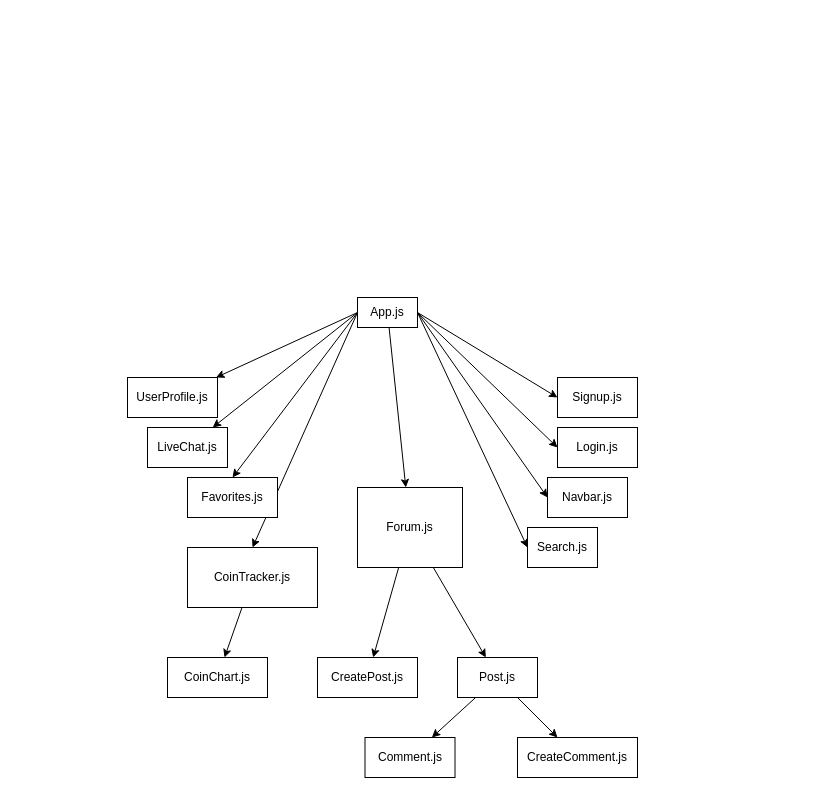
This is page "React components" (2 of 2) of association-diagram.drawio from mikestarrdev/Crypto-Portal, a draw.io file, before an edit. Source tidied: cells renumbered, new cells numbered last; positions are measured from the earlier drawing's top-left corner, leaving out a move shared by most shapes. Both pictures are drawn from the tidied source at 100%, with x=0, y=0 at pixel (127, 297).
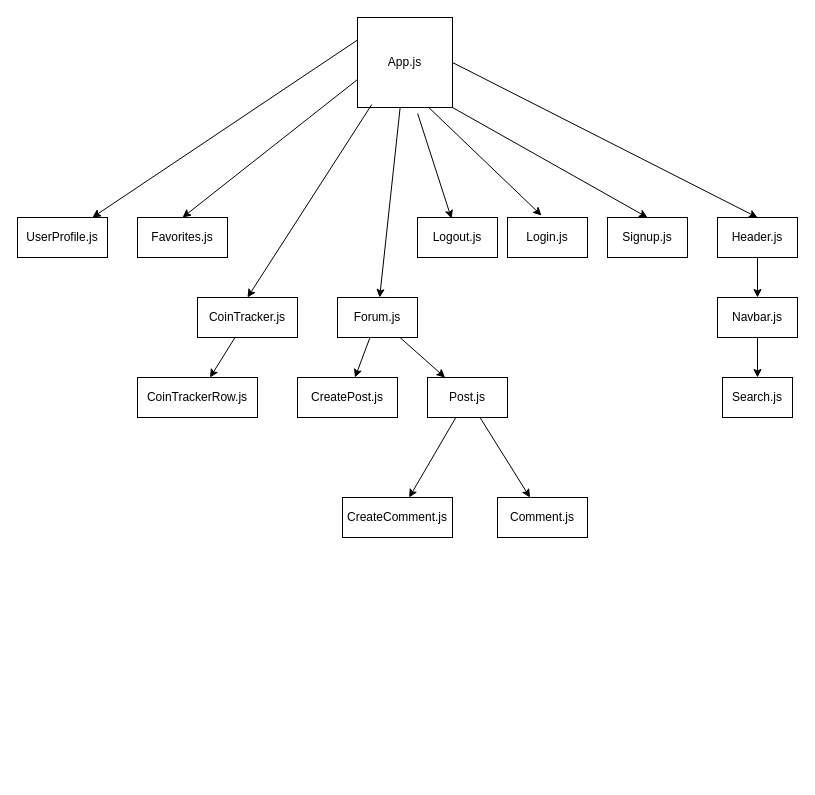
After the change.

Change to the diagram source:
```diff
@@
-    <mxCell id="2" style="edgeStyle=none;html=1;exitX=1;exitY=0.5;exitDx=0;exitDy=0;entryX=0;entryY=0.5;entryDx=0;entryDy=0;" parent="1" edge="1" source="6" target="16">
+    <mxCell id="2" style="edgeStyle=none;html=1;exitX=0.5;exitY=1;exitDx=0;exitDy=0;entryX=0.5;entryY=0;entryDx=0;entryDy=0;" parent="1" edge="1" source="33" target="16">
       <mxGeometry relative="1" as="geometry" />
     </mxCell>
@@
-    <mxCell id="4" style="edgeStyle=none;html=1;exitX=0;exitY=0.5;exitDx=0;exitDy=0;" parent="1" edge="1" source="6" target="28">
-      <mxGeometry relative="1" as="geometry" />
-    </mxCell>
-    <mxCell id="5" style="edgeStyle=none;html=1;exitX=0;exitY=0.5;exitDx=0;exitDy=0;" parent="1" edge="1" source="6" target="29">
+    <mxCell id="5" style="edgeStyle=none;html=1;exitX=0;exitY=0.25;exitDx=0;exitDy=0;" parent="1" edge="1" source="6" target="29">
       <mxGeometry relative="1" as="geometry" />
     </mxCell>
     <mxCell id="6" value="App.js" style="rounded=0;whiteSpace=wrap;html=1;" parent="1" vertex="1">
-      <mxGeometry x="230" width="60" height="30" as="geometry" />
+      <mxGeometry x="230" y="-280" width="95" height="90" as="geometry" />
     </mxCell>
+    <mxCell id="31" style="edgeStyle=none;html=1;" parent="1" edge="1" source="7" target="33">
+      <mxGeometry relative="1" as="geometry" />
+    </mxCell>
-    <mxCell id="7" value="Navbar.js" style="rounded=0;whiteSpace=wrap;html=1;" parent="1" vertex="1">
-      <mxGeometry x="420" y="180" width="80" height="40" as="geometry" />
+    <mxCell id="7" value="Header.js" style="rounded=0;whiteSpace=wrap;html=1;" parent="1" vertex="1">
+      <mxGeometry x="590" y="-80" width="80" height="40" as="geometry" />
     </mxCell>
     <mxCell id="8" value="Signup.js" style="rounded=0;whiteSpace=wrap;html=1;" parent="1" vertex="1">
-      <mxGeometry x="430" y="80" width="80" height="40" as="geometry" />
+      <mxGeometry x="480" y="-80" width="80" height="40" as="geometry" />
     </mxCell>
     <mxCell id="9" value="Login.js" style="rounded=0;whiteSpace=wrap;html=1;" parent="1" vertex="1">
-      <mxGeometry x="430" y="130" width="80" height="40" as="geometry" />
+      <mxGeometry x="380" y="-80" width="80" height="40" as="geometry" />
     </mxCell>
-    <mxCell id="10" style="endArrow=classic;html=1;exitX=1;exitY=0.5;exitDx=0;exitDy=0;entryX=0;entryY=0.5;entryDx=0;entryDy=0;" parent="1" edge="1" source="6" target="8">
+    <mxCell id="10" style="endArrow=classic;html=1;exitX=1;exitY=1;exitDx=0;exitDy=0;entryX=0.5;entryY=0;entryDx=0;entryDy=0;" parent="1" edge="1" source="6" target="8">
       <mxGeometry relative="1" as="geometry" />
     </mxCell>
-    <mxCell id="11" style="endArrow=classic;html=1;exitX=1;exitY=0.5;exitDx=0;exitDy=0;entryX=0;entryY=0.5;entryDx=0;entryDy=0;" parent="1" edge="1" source="6" target="9">
+    <mxCell id="11" style="endArrow=classic;html=1;exitX=0.75;exitY=1;exitDx=0;exitDy=0;entryX=0.425;entryY=-0.05;entryDx=0;entryDy=0;entryPerimeter=0;" parent="1" edge="1" source="6" target="9">
       <mxGeometry relative="1" as="geometry" />
     </mxCell>
-    <mxCell id="12" style="endArrow=classic;html=1;entryX=0;entryY=0.5;entryDx=0;entryDy=0;exitX=1;exitY=0.5;exitDx=0;exitDy=0;" parent="1" edge="1" source="6" target="7">
+    <mxCell id="12" style="endArrow=classic;html=1;entryX=0.5;entryY=0;entryDx=0;entryDy=0;exitX=1;exitY=0.5;exitDx=0;exitDy=0;" parent="1" edge="1" source="6" target="7">
       <mxGeometry relative="1" as="geometry" />
     </mxCell>
@@
     <mxCell id="14" value="CoinTracker.js" style="rounded=0;whiteSpace=wrap;html=1;" parent="1" vertex="1">
-      <mxGeometry x="60" y="250" width="130" height="60" as="geometry" />
+      <mxGeometry x="70" width="100" height="40" as="geometry" />
     </mxCell>
-    <mxCell id="15" style="endArrow=classic;html=1;exitX=0;exitY=0.5;exitDx=0;exitDy=0;entryX=0.5;entryY=0;entryDx=0;entryDy=0;" parent="1" edge="1" source="6" target="14">
+    <mxCell id="15" style="endArrow=classic;html=1;exitX=0.15;exitY=0.967;exitDx=0;exitDy=0;entryX=0.5;entryY=0;entryDx=0;entryDy=0;exitPerimeter=0;" parent="1" edge="1" source="6" target="14">
       <mxGeometry relative="1" as="geometry" />
     </mxCell>
     <mxCell id="16" value="Search.js" style="rounded=0;whiteSpace=wrap;html=1;" parent="1" vertex="1">
-      <mxGeometry x="400" y="230" width="70" height="40" as="geometry" />
+      <mxGeometry x="595" y="80" width="70" height="40" as="geometry" />
     </mxCell>
@@
     <mxCell id="19" value="Forum.js" style="rounded=0;whiteSpace=wrap;html=1;" parent="1" vertex="1">
-      <mxGeometry x="230" y="190" width="105" height="80" as="geometry" />
+      <mxGeometry x="210" width="80" height="40" as="geometry" />
     </mxCell>
     <mxCell id="20" value="CreatePost.js" style="rounded=0;whiteSpace=wrap;html=1;" parent="1" vertex="1">
-      <mxGeometry x="190" y="360" width="100" height="40" as="geometry" />
+      <mxGeometry x="170" y="80" width="100" height="40" as="geometry" />
     </mxCell>
     <mxCell id="21" value="Favorites.js" style="rounded=0;whiteSpace=wrap;html=1;" parent="1" vertex="1">
-      <mxGeometry x="60" y="180" width="90" height="40" as="geometry" />
+      <mxGeometry x="10" y="-80" width="90" height="40" as="geometry" />
     </mxCell>
-    <mxCell id="22" style="endArrow=classic;html=1;entryX=0.5;entryY=0;entryDx=0;entryDy=0;exitX=0;exitY=0.5;exitDx=0;exitDy=0;exitPerimeter=0;" parent="1" edge="1" source="6" target="21">
+    <mxCell id="22" style="endArrow=classic;html=1;entryX=0.5;entryY=0;entryDx=0;entryDy=0;exitX=0;exitY=0.689;exitDx=0;exitDy=0;exitPerimeter=0;" parent="1" edge="1" source="6" target="21">
       <mxGeometry relative="1" as="geometry" />
     </mxCell>
@@
     <mxCell id="25" value="Post.js" style="rounded=0;whiteSpace=wrap;html=1;" parent="1" vertex="1">
-      <mxGeometry x="330" y="360" width="80" height="40" as="geometry" />
+      <mxGeometry x="300" y="80" width="80" height="40" as="geometry" />
     </mxCell>
     <mxCell id="26" value="Comment.js" style="rounded=0;whiteSpace=wrap;html=1;" parent="1" vertex="1">
-      <mxGeometry x="237.5" y="440" width="90" height="40" as="geometry" />
+      <mxGeometry x="370" y="200" width="90" height="40" as="geometry" />
     </mxCell>
     <mxCell id="27" value="CreateComment.js" style="rounded=0;whiteSpace=wrap;html=1;" parent="1" vertex="1">
-      <mxGeometry x="390" y="440" width="120" height="40" as="geometry" />
+      <mxGeometry x="215" y="200" width="110" height="40" as="geometry" />
     </mxCell>
-    <mxCell id="28" value="LiveChat.js" style="rounded=0;whiteSpace=wrap;html=1;" parent="1" vertex="1">
-      <mxGeometry x="20" y="130" width="80" height="40" as="geometry" />
-    </mxCell>
     <mxCell id="29" value="UserProfile.js" style="rounded=0;whiteSpace=wrap;html=1;" parent="1" vertex="1">
-      <mxGeometry y="80" width="90" height="40" as="geometry" />
+      <mxGeometry x="-110" y="-80" width="90" height="40" as="geometry" />
     </mxCell>
-    <mxCell id="30" value="CoinChart.js" style="rounded=0;whiteSpace=wrap;html=1;" parent="1" vertex="1">
-      <mxGeometry x="40" y="360" width="100" height="40" as="geometry" />
+    <mxCell id="30" value="CoinTrackerRow.js" style="rounded=0;whiteSpace=wrap;html=1;" parent="1" vertex="1">
+      <mxGeometry x="10" y="80" width="120" height="40" as="geometry" />
     </mxCell>
+    <mxCell id="32" style="edgeStyle=none;html=1;exitX=0.633;exitY=1.067;exitDx=0;exitDy=0;exitPerimeter=0;entryX=0.425;entryY=0.025;entryDx=0;entryDy=0;entryPerimeter=0;" parent="1" edge="1" source="6" target="34">
+      <mxGeometry relative="1" as="geometry" />
+    </mxCell>
+    <mxCell id="33" value="Navbar.js" style="rounded=0;whiteSpace=wrap;html=1;" parent="1" vertex="1">
+      <mxGeometry x="590" width="80" height="40" as="geometry" />
+    </mxCell>
+    <mxCell id="34" value="Logout.js" style="rounded=0;whiteSpace=wrap;html=1;" parent="1" vertex="1">
+      <mxGeometry x="290" y="-80" width="80" height="40" as="geometry" />
+    </mxCell>
```
